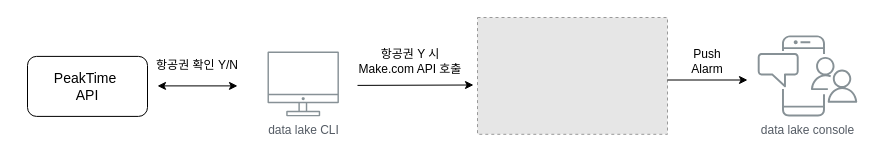
Earlier version of the draw.io diagram api-batch-peaktime.drawio (bsch0111/draw). Source tidied: cells renumbered, new cells numbered last; positions are measured from the earlier drawing's top-left corner, leaving out a move shared by most shapes. Both pictures are drawn from the tidied source at 100%, with x=0, y=0 at pixel (27, 17). Pictures stored in the file or linked from it are replaced by grey dashed boxes.
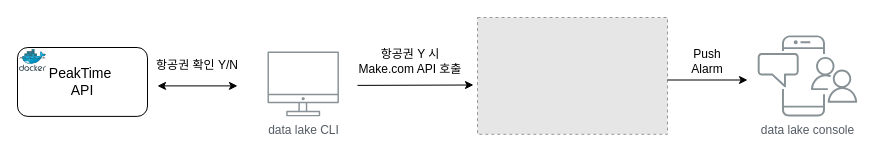
Above is the later version.

Diff of the diagram source:
```diff
@@
 <mxGraphModel>
   <root>
     <mxCell id="0" />
     <mxCell id="1" parent="0" />
     <mxCell id="2" value="data lake CLI" style="gradientColor=none;fontColor=#545B64;strokeColor=none;fillColor=#879196;dashed=0;verticalLabelPosition=bottom;verticalAlign=top;align=center;html=1;fontSize=12;fontStyle=0;shape=mxgraph.aws4.illustration_desktop;labelBackgroundColor=#ffffff;" parent="1" vertex="1">
       <mxGeometry x="240" y="33.9" width="71.4" height="65" as="geometry" />
     </mxCell>
     <mxCell id="3" value="data lake console" style="gradientColor=none;fontColor=#545B64;strokeColor=none;fillColor=#879196;dashed=0;verticalLabelPosition=bottom;verticalAlign=top;align=center;html=1;fontSize=12;fontStyle=0;shape=mxgraph.aws4.illustration_notification;labelBackgroundColor=#ffffff;" parent="1" vertex="1">
       <mxGeometry x="730" y="17.9" width="100" height="81" as="geometry" />
     </mxCell>
     <mxCell id="4" value="&lt;font style=&quot;font-size: 14px;&quot;&gt;PeakTime&amp;nbsp;&lt;/font&gt;&lt;div style=&quot;font-size: 14px;&quot;&gt;&lt;font style=&quot;font-size: 14px;&quot;&gt;API&lt;/font&gt;&lt;/div&gt;" style="rounded=1;whiteSpace=wrap;html=1;" parent="1" vertex="1">
-      <mxGeometry y="38.9" width="120" height="60" as="geometry" />
+      <mxGeometry x="-10" y="30" width="130" height="68.9" as="geometry" />
     </mxCell>
     <mxCell id="5" style="fillColor=#E6E6E6;strokeColor=#999999;dashed=1;verticalLabelPosition=bottom;labelBackgroundColor=default;verticalAlign=top;" parent="1" vertex="1">
       <mxGeometry x="450" width="190" height="116.8" as="geometry" />
     </mxCell>
     <mxCell id="6" style="endArrow=classic;startArrow=classic;html=1;rounded=0;" parent="1" edge="1">
       <mxGeometry relative="1" as="geometry">
         <mxPoint x="130" y="68.4" as="sourcePoint" />
         <mxPoint x="210" y="68.4" as="targetPoint" />
       </mxGeometry>
     </mxCell>
     <mxCell id="7" value="항공권 확인 Y/N" style="text;html=1;align=center;verticalAlign=middle;whiteSpace=wrap;rounded=0;" parent="1" vertex="1">
       <mxGeometry x="120" y="22.5" width="100" height="50" as="geometry" />
     </mxCell>
     <mxCell id="8" style="endArrow=classic;html=1;rounded=0;entryX=-0.021;entryY=0.578;entryDx=0;entryDy=0;entryPerimeter=0;" parent="1" edge="1" target="5">
       <mxGeometry relative="1" as="geometry">
         <mxPoint x="330" y="67.9" as="sourcePoint" />
       </mxGeometry>
     </mxCell>
     <mxCell id="9" value="항공권 Y 시&lt;div&gt;Make.com API 호출&lt;/div&gt;" style="text;html=1;align=center;verticalAlign=middle;whiteSpace=wrap;rounded=0;" parent="1" vertex="1">
       <mxGeometry x="323" y="28.5" width="120" height="30" as="geometry" />
     </mxCell>
     <mxCell id="10" style="endArrow=classic;html=1;rounded=0;" parent="1" edge="1">
       <mxGeometry relative="1" as="geometry">
         <mxPoint x="640" y="62.5" as="sourcePoint" />
         <mxPoint x="720" y="62.5" as="targetPoint" />
       </mxGeometry>
     </mxCell>
     <mxCell id="11" value="Push&lt;div&gt;Alarm&lt;/div&gt;" style="text;html=1;align=center;verticalAlign=middle;whiteSpace=wrap;rounded=0;" parent="1" vertex="1">
       <mxGeometry x="620" y="28.5" width="120" height="30" as="geometry" />
     </mxCell>
+    <mxCell id="12" style="image;sketch=0;html=1;align=center;fontSize=12;image=img/lib/mscae/Docker.svg;" parent="1" vertex="1">
+      <mxGeometry x="-8" y="31.9" width="26.9" height="22.1" as="geometry" />
+    </mxCell>
   </root>
 </mxGraphModel>
```
